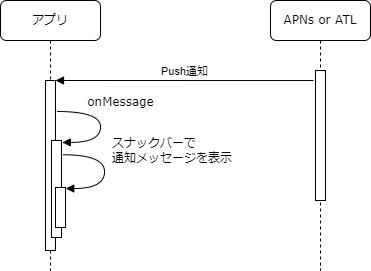
The draw.io diagram website/docs/react-native/santoku/application-architecture/push-notification/receive-push-notification.drawio.png in ws-4020/mobile-app-crib-notes, before a commit. Source tidied: cells renumbered, new cells last; positions are measured from the earlier drawing's top-left corner, leaving out a move shared by most shapes.
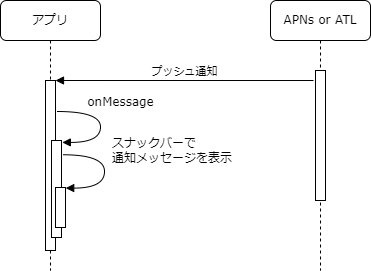
Above is the later version.

Diff of the diagram source:
```diff
@@ -38,7 +38,7 @@
     <mxCell id="9" style="html=1;points=[];perimeter=orthogonalPerimeter;rounded=0;shadow=0;comic=0;labelBackgroundColor=none;strokeWidth=1;fontFamily=Verdana;fontSize=12;align=center;" parent="8" vertex="1">
       <mxGeometry x="45" y="70" width="10" height="130" as="geometry" />
     </mxCell>
-    <mxCell id="10" value="Push通知" style="html=1;verticalAlign=bottom;endArrow=block;entryX=1;entryY=0;rounded=0;exitX=-0.2;exitY=0.077;exitDx=0;exitDy=0;exitPerimeter=0;" parent="1" edge="1" source="9" target="3">
+    <mxCell id="10" value="プッシュ通知" style="html=1;verticalAlign=bottom;endArrow=block;entryX=1;entryY=0;rounded=0;exitX=-0.2;exitY=0.077;exitDx=0;exitDy=0;exitPerimeter=0;" parent="1" edge="1" source="9" target="3">
       <mxGeometry relative="1" as="geometry" />
     </mxCell>
   </root>
```
